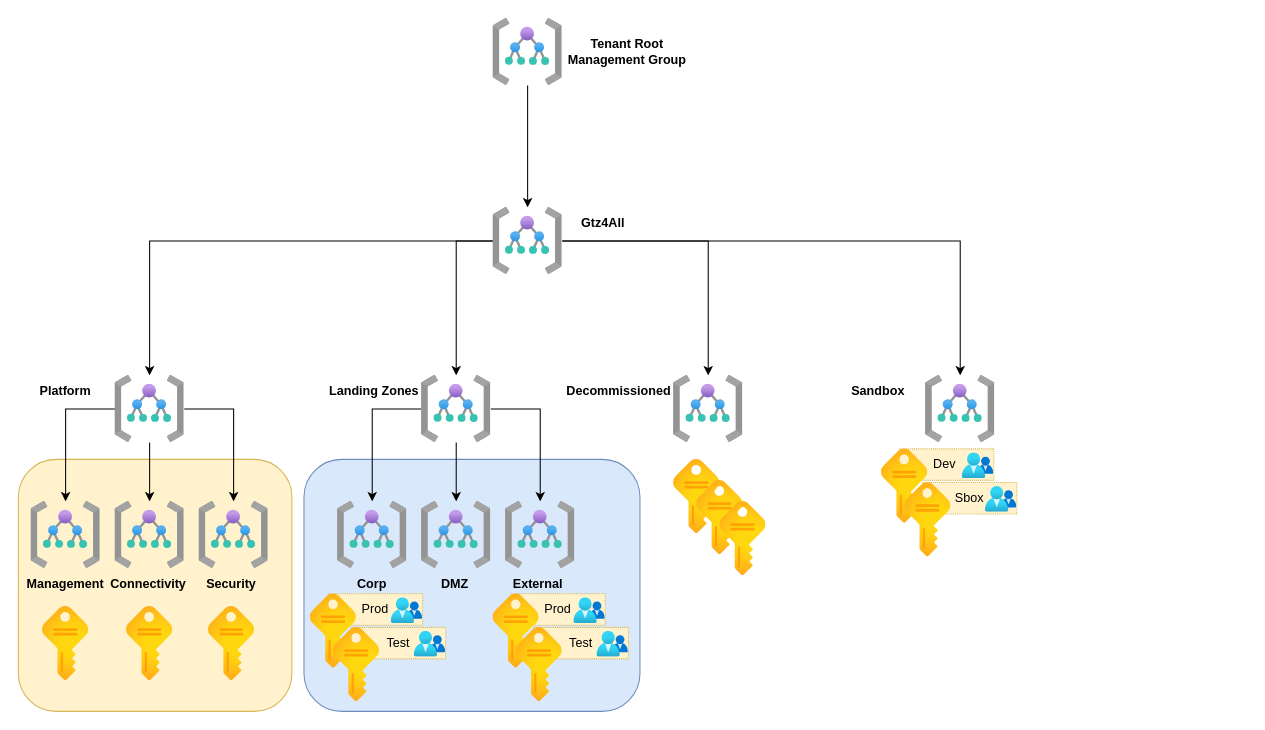
gtz4all/gtz4all.github.io keeps this draw.io diagram as docs/assets/azure-landing-zone-hierarchy.drawio. Above is the earlier version. Source tidied: cells renumbered, new cells numbered last; positions are measured from the earlier drawing's top-left corner, leaving out a move shared by most shapes. Both pictures are drawn from the tidied source at 105%, with x=0, y=0 at pixel (18, 18).
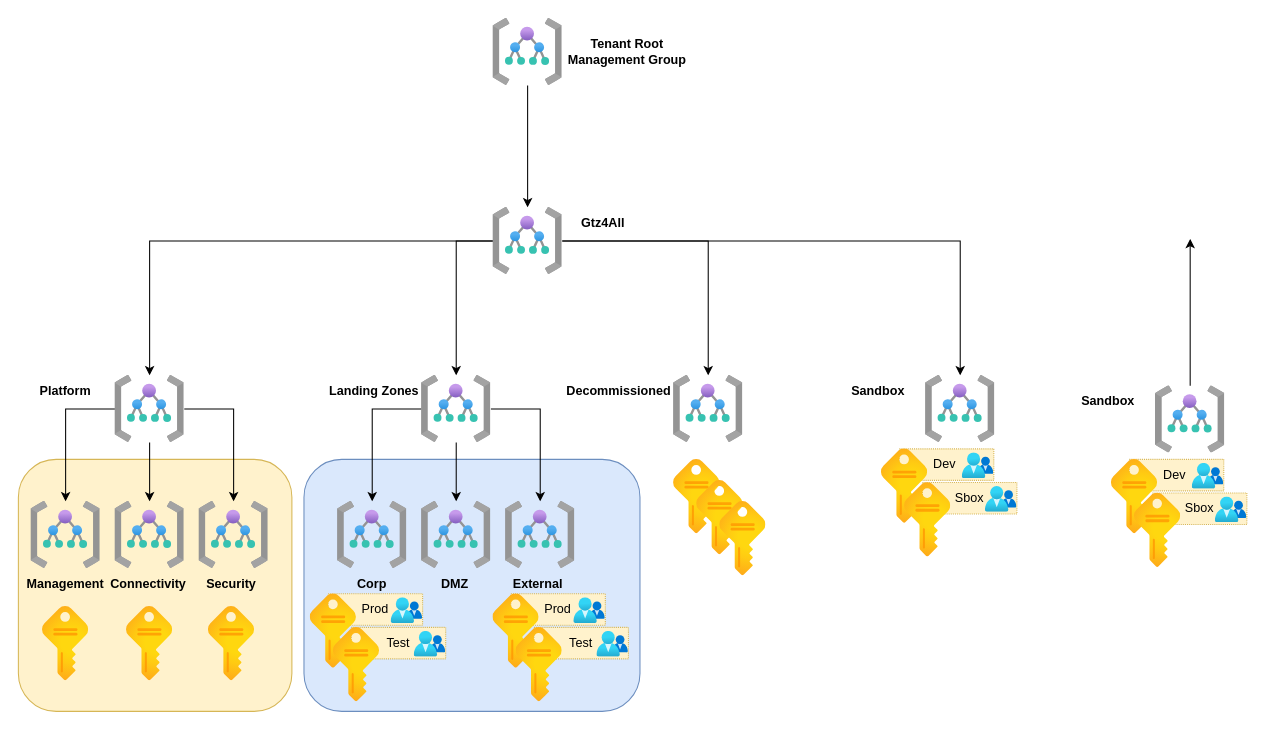
The same diagram, later.

What changed in the source:
```diff
@@
+    <mxCell id="63" style="edgeStyle=orthogonalEdgeStyle;rounded=0;jettySize=auto;html=1;" parent="1" edge="1" source="64">
+      <mxGeometry relative="1" as="geometry">
+        <mxPoint x="1116" y="210" as="targetPoint" />
+      </mxGeometry>
+    </mxCell>
+    <mxCell id="64" style="html=1;points=[];align=center;image;fontSize=12;image=img/lib/azure2/general/Management_Groups.svg;" parent="1" vertex="1">
+      <mxGeometry x="1083" y="350" width="66" height="64" as="geometry" />
+    </mxCell>
+    <mxCell id="65" value="Sandbox" style="text;html=1;strokeColor=none;fillColor=none;align=center;verticalAlign=middle;whiteSpace=wrap;rounded=0;fontStyle=1;" parent="1" vertex="1">
+      <mxGeometry x="993" y="350" width="90" height="30" as="geometry" />
+    </mxCell>
+    <mxCell id="66" value="Dev&amp;nbsp;" style="text;html=1;strokeColor=#d6b656;fillColor=#fff2cc;align=center;verticalAlign=middle;whiteSpace=wrap;rounded=0;fontStyle=0;dashed=1;dashPattern=1 1;" parent="1" vertex="1">
+      <mxGeometry x="1058" y="420" width="90" height="30" as="geometry" />
+    </mxCell>
+    <mxCell id="67" style="html=1;align=center;image;fontSize=12;image=img/lib/azure2/identity/Groups.svg;" parent="1" vertex="1">
+      <mxGeometry x="1118" y="423.8" width="30" height="24.7" as="geometry" />
+    </mxCell>
+    <mxCell id="68" style="html=1;align=center;image;fontSize=12;image=img/lib/azure2/general/Subscriptions.svg;" parent="1" vertex="1">
+      <mxGeometry x="1041" y="420" width="44" height="71" as="geometry" />
+    </mxCell>
+    <mxCell id="69" value="Sbox" style="text;html=1;strokeColor=#d6b656;fillColor=#fff2cc;align=center;verticalAlign=middle;whiteSpace=wrap;rounded=0;fontStyle=0;dashed=1;dashPattern=1 1;" parent="1" vertex="1">
+      <mxGeometry x="1080" y="452" width="90" height="30" as="geometry" />
+    </mxCell>
+    <mxCell id="70" style="html=1;align=center;image;fontSize=12;image=img/lib/azure2/identity/Groups.svg;" parent="1" vertex="1">
+      <mxGeometry x="1140" y="455.8" width="30" height="24.7" as="geometry" />
+    </mxCell>
+    <mxCell id="71" style="html=1;align=center;image;fontSize=12;image=img/lib/azure2/general/Subscriptions.svg;" parent="1" vertex="1">
+      <mxGeometry x="1063" y="452" width="44" height="71" as="geometry" />
+    </mxCell>
```
